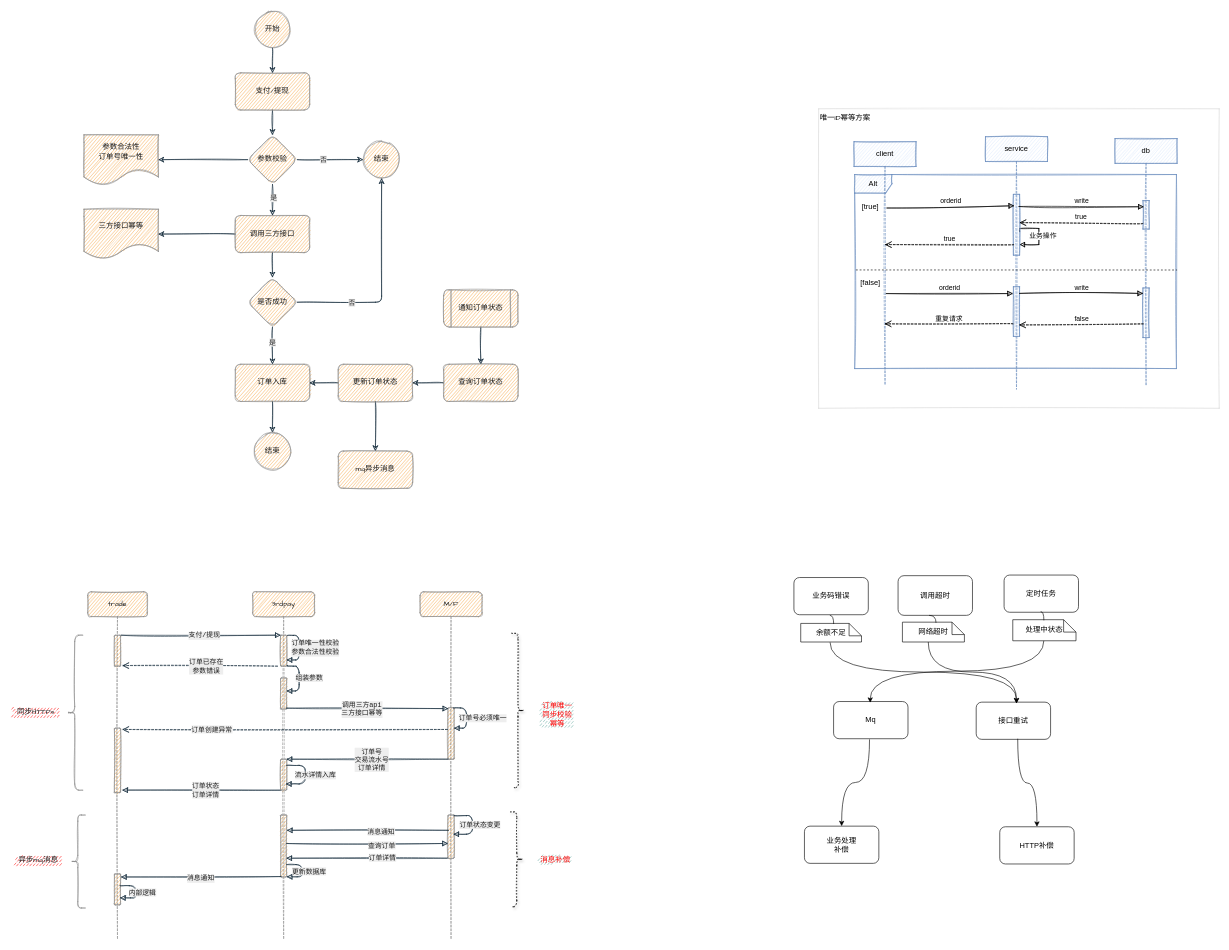
Before: page "支付/提现接口幂等方案" (4 of 4) of 支付流程.drawio in jarcn/pic, a draw.io diagram. Source tidied: cells renumbered, new cells numbered last; positions are measured from the earlier drawing's top-left corner, leaving out a move shared by most shapes. Both pictures are drawn from the tidied source at 62%, with x=0, y=0 at pixel (11, 11).
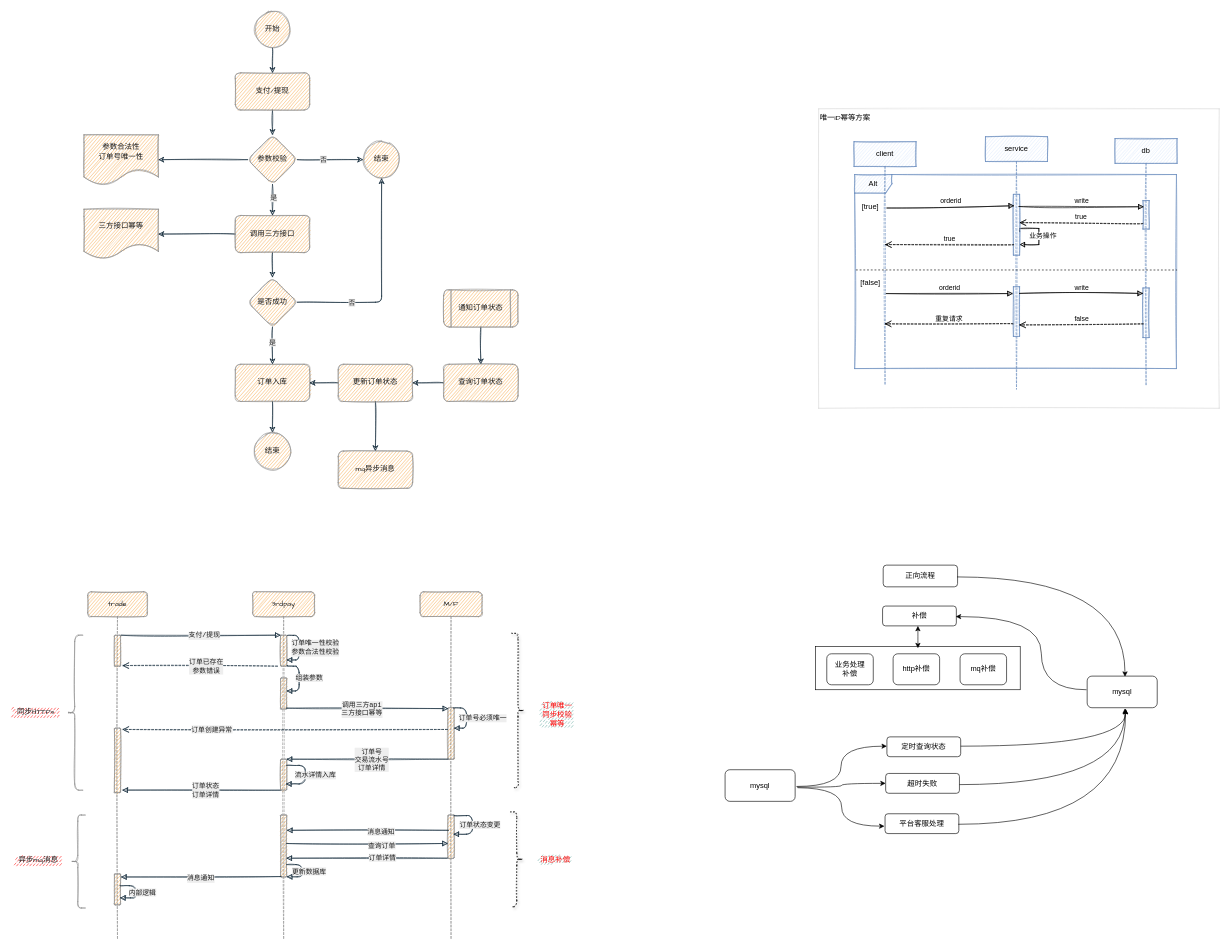
After the change.

Commit message (it also covers changes not shown here):
更新支付流程.drawio

The edit, as a diff of the source:
```diff
@@
+    <mxCell id="126" style="rounded=0;whiteSpace=wrap;html=1;" parent="1" vertex="1">
+      <mxGeometry x="1298" y="1025" width="330" height="70" as="geometry" />
+    </mxCell>
@@
+    <mxCell id="127" value="正向流程" style="rounded=1;whiteSpace=wrap;html=1;" parent="1" vertex="1">
+      <mxGeometry x="1407" y="894" width="120" height="35" as="geometry" />
+    </mxCell>
+    <mxCell id="128" value="mysql" style="rounded=1;whiteSpace=wrap;html=1;" parent="1" vertex="1">
+      <mxGeometry x="1736" y="1073" width="113" height="51" as="geometry" />
+    </mxCell>
+    <mxCell id="129" value="补偿" style="rounded=1;whiteSpace=wrap;html=1;" parent="1" vertex="1">
+      <mxGeometry x="1406" y="960" width="119" height="32" as="geometry" />
+    </mxCell>
-    <mxCell id="108" value="&lt;div&gt;业务处理&lt;/div&gt;&lt;div&gt;补偿&lt;/div&gt;" style="rounded=1;whiteSpace=wrap;html=1;" parent="1" vertex="1">
-      <mxGeometry x="1280" y="1315" width="120" height="60" as="geometry" />
+    <mxCell id="108" value="&lt;div&gt;业务处理&lt;/div&gt;&lt;div&gt;补偿&lt;br&gt;&lt;/div&gt;" style="rounded=1;whiteSpace=wrap;html=1;" parent="1" vertex="1">
+      <mxGeometry x="1316" y="1037" width="75" height="50" as="geometry" />
     </mxCell>
-    <mxCell id="109" value="HTTP补偿" style="rounded=1;whiteSpace=wrap;html=1;" parent="1" vertex="1">
-      <mxGeometry x="1595" y="1316" width="120" height="60" as="geometry" />
-    </mxCell>
-    <mxCell id="110" value="Mq" style="rounded=1;whiteSpace=wrap;html=1;" parent="1" vertex="1">
-      <mxGeometry x="1327" y="1114" width="120" height="60" as="geometry" />
-    </mxCell>
-    <mxCell id="111" value="接口重试" style="rounded=1;whiteSpace=wrap;html=1;" parent="1" vertex="1">
-      <mxGeometry x="1557" y="1115" width="120" height="60" as="geometry" />
-    </mxCell>
-    <mxCell id="112" value="业务码错误" style="rounded=1;whiteSpace=wrap;html=1;" parent="1" vertex="1">
-      <mxGeometry x="1263" y="914" width="120" height="60" as="geometry" />
-    </mxCell>
-    <mxCell id="113" value="调用超时" style="rounded=1;whiteSpace=wrap;html=1;" parent="1" vertex="1">
-      <mxGeometry x="1431" y="911" width="120" height="64" as="geometry" />
-    </mxCell>
-    <mxCell id="114" value="定时任务" style="rounded=1;whiteSpace=wrap;html=1;" parent="1" vertex="1">
-      <mxGeometry x="1602" y="910" width="120" height="60" as="geometry" />
-    </mxCell>
-    <mxCell id="115" style="endArrow=classic;html=1;entryX=0.542;entryY=0.033;entryDx=0;entryDy=0;entryPerimeter=0;edgeStyle=orthogonalEdgeStyle;elbow=vertical;curved=1;exitX=0.417;exitY=1;exitDx=0;exitDy=0;exitPerimeter=0;startArrow=none;" parent="1" edge="1" source="122" target="111">
-      <mxGeometry relative="1" as="geometry" />
-    </mxCell>
-    <mxCell id="116" style="endArrow=classic;html=1;rounded=0;exitX=0.558;exitY=0.983;exitDx=0;exitDy=0;exitPerimeter=0;edgeStyle=orthogonalEdgeStyle;curved=1;" parent="1" edge="1" source="111" target="109">
-      <mxGeometry relative="1" as="geometry" />
-    </mxCell>
-    <mxCell id="117" style="endArrow=classic;html=1;rounded=0;exitX=0.492;exitY=0.983;exitDx=0;exitDy=0;exitPerimeter=0;entryX=0.492;entryY=0.033;entryDx=0;entryDy=0;entryPerimeter=0;edgeStyle=orthogonalEdgeStyle;curved=1;startArrow=none;" parent="1" edge="1" source="124" target="110">
-      <mxGeometry relative="1" as="geometry" />
-    </mxCell>
-    <mxCell id="118" style="endArrow=classic;html=1;rounded=0;exitX=0.483;exitY=1.017;exitDx=0;exitDy=0;exitPerimeter=0;edgeStyle=orthogonalEdgeStyle;curved=1;" parent="1" edge="1" source="110" target="108">
-      <mxGeometry relative="1" as="geometry" />
-    </mxCell>
-    <mxCell id="119" style="endArrow=classic;html=1;rounded=0;exitX=0.483;exitY=1.017;exitDx=0;exitDy=0;exitPerimeter=0;entryX=0.542;entryY=0.033;entryDx=0;entryDy=0;entryPerimeter=0;edgeStyle=orthogonalEdgeStyle;curved=1;startArrow=none;" parent="1" edge="1" source="120" target="111">
-      <mxGeometry relative="1" as="geometry" />
-    </mxCell>
-    <mxCell id="120" value="余额不足" style="shape=note;size=20;whiteSpace=wrap;html=1;rotation=0;" parent="1" vertex="1">
-      <mxGeometry x="1274" y="988" width="98" height="30" as="geometry" />
-    </mxCell>
-    <mxCell id="121" style="endArrow=none;html=1;rounded=0;exitX=0.483;exitY=1.017;exitDx=0;exitDy=0;exitPerimeter=0;entryX=0.542;entryY=0.033;entryDx=0;entryDy=0;entryPerimeter=0;edgeStyle=orthogonalEdgeStyle;curved=1;" parent="1" edge="1" source="112" target="120">
-      <mxGeometry relative="1" as="geometry" />
-    </mxCell>
-    <mxCell id="122" value="网络超时" style="shape=note;size=20;whiteSpace=wrap;html=1;rotation=0;" parent="1" vertex="1">
-      <mxGeometry x="1438" y="986" width="100" height="32" as="geometry" />
-    </mxCell>
-    <mxCell id="123" style="endArrow=none;html=1;entryX=0.542;entryY=0.033;entryDx=0;entryDy=0;entryPerimeter=0;edgeStyle=orthogonalEdgeStyle;elbow=vertical;curved=1;exitX=0.417;exitY=1;exitDx=0;exitDy=0;exitPerimeter=0;" parent="1" edge="1" source="113" target="122">
-      <mxGeometry relative="1" as="geometry" />
-    </mxCell>
-    <mxCell id="124" value="处理中状态" style="shape=note;size=20;whiteSpace=wrap;html=1;rotation=0;" parent="1" vertex="1">
-      <mxGeometry x="1616" y="982" width="102" height="34" as="geometry" />
-    </mxCell>
-    <mxCell id="125" style="endArrow=none;html=1;rounded=0;exitX=0.492;exitY=0.983;exitDx=0;exitDy=0;exitPerimeter=0;entryX=0.492;entryY=0.033;entryDx=0;entryDy=0;entryPerimeter=0;edgeStyle=orthogonalEdgeStyle;curved=1;" parent="1" edge="1" source="114" target="124">
-      <mxGeometry relative="1" as="geometry" />
-    </mxCell>
+    <mxCell id="130" value="http补偿" style="rounded=1;whiteSpace=wrap;html=1;" parent="1" vertex="1">
+      <mxGeometry x="1423" y="1037" width="75" height="50" as="geometry" />
+    </mxCell>
+    <mxCell id="131" value="mq补偿" style="rounded=1;whiteSpace=wrap;html=1;" parent="1" vertex="1">
+      <mxGeometry x="1531" y="1037" width="75" height="50" as="geometry" />
+    </mxCell>
+    <mxCell id="132" value="mysql" style="rounded=1;whiteSpace=wrap;html=1;" parent="1" vertex="1">
+      <mxGeometry x="1152" y="1224" width="113" height="51" as="geometry" />
+    </mxCell>
+    <mxCell id="133" value="定时查询状态" style="rounded=1;whiteSpace=wrap;html=1;" parent="1" vertex="1">
+      <mxGeometry x="1413" y="1171" width="119" height="32" as="geometry" />
+    </mxCell>
+    <mxCell id="134" value="平台客服处理" style="rounded=1;whiteSpace=wrap;html=1;" parent="1" vertex="1">
+      <mxGeometry x="1410" y="1295" width="119" height="32" as="geometry" />
+    </mxCell>
+    <mxCell id="135" value="超时失败" style="rounded=1;whiteSpace=wrap;html=1;" parent="1" vertex="1">
+      <mxGeometry x="1411" y="1230" width="119" height="32" as="geometry" />
+    </mxCell>
+    <mxCell id="136" style="endArrow=classic;html=1;elbow=vertical;exitX=-0.009;exitY=0.431;exitDx=0;exitDy=0;exitPerimeter=0;entryX=0.992;entryY=0.531;entryDx=0;entryDy=0;entryPerimeter=0;edgeStyle=orthogonalEdgeStyle;curved=1;" parent="1" edge="1" source="128" target="129">
+      <mxGeometry relative="1" as="geometry">
+        <Array as="points">
+          <mxPoint x="1662" y="1095" />
+          <mxPoint x="1662" y="977" />
+        </Array>
+      </mxGeometry>
+    </mxCell>
+    <mxCell id="137" style="curved=1;endArrow=classic;html=1;elbow=vertical;exitX=1;exitY=0.563;exitDx=0;exitDy=0;exitPerimeter=0;entryX=0.531;entryY=1;entryDx=0;entryDy=0;entryPerimeter=0;edgeStyle=orthogonalEdgeStyle;" parent="1" edge="1" source="135">
+      <mxGeometry relative="1" as="geometry">
+        <mxPoint x="1797" y="1125" as="targetPoint" />
+      </mxGeometry>
+    </mxCell>
+    <mxCell id="138" style="curved=1;endArrow=classic;html=1;elbow=vertical;exitX=0.992;exitY=0.531;exitDx=0;exitDy=0;exitPerimeter=0;entryX=0.531;entryY=1;entryDx=0;entryDy=0;entryPerimeter=0;edgeStyle=orthogonalEdgeStyle;" parent="1" edge="1" source="134">
+      <mxGeometry relative="1" as="geometry">
+        <mxPoint x="1798" y="1126" as="targetPoint" />
+      </mxGeometry>
+    </mxCell>
+    <mxCell id="139" style="curved=1;endArrow=classic;html=1;elbow=vertical;exitX=1.018;exitY=0.529;exitDx=0;exitDy=0;exitPerimeter=0;entryX=0;entryY=0.469;entryDx=0;entryDy=0;entryPerimeter=0;edgeStyle=orthogonalEdgeStyle;" parent="1" edge="1" source="132" target="133">
+      <mxGeometry relative="1" as="geometry" />
+    </mxCell>
+    <mxCell id="140" style="curved=1;endArrow=classic;html=1;elbow=vertical;exitX=1.018;exitY=0.529;exitDx=0;exitDy=0;exitPerimeter=0;edgeStyle=orthogonalEdgeStyle;" parent="1" edge="1" target="135">
+      <mxGeometry relative="1" as="geometry">
+        <mxPoint x="1268" y="1252" as="sourcePoint" />
+      </mxGeometry>
+    </mxCell>
+    <mxCell id="141" style="curved=1;endArrow=classic;html=1;elbow=vertical;exitX=1.018;exitY=0.529;exitDx=0;exitDy=0;exitPerimeter=0;entryX=-0.008;entryY=0.625;entryDx=0;entryDy=0;entryPerimeter=0;edgeStyle=orthogonalEdgeStyle;" parent="1" edge="1" target="134">
+      <mxGeometry relative="1" as="geometry">
+        <mxPoint x="1269" y="1253" as="sourcePoint" />
+      </mxGeometry>
+    </mxCell>
+    <mxCell id="142" style="curved=1;endArrow=classic;html=1;elbow=vertical;exitX=0.992;exitY=0.543;exitDx=0;exitDy=0;exitPerimeter=0;entryX=0.54;entryY=0.02;entryDx=0;entryDy=0;entryPerimeter=0;edgeStyle=orthogonalEdgeStyle;" parent="1" edge="1" source="127" target="128">
+      <mxGeometry relative="1" as="geometry" />
+    </mxCell>
+    <mxCell id="143" style="endArrow=classic;startArrow=classic;html=1;curved=1;elbow=vertical;entryX=0.479;entryY=1;entryDx=0;entryDy=0;entryPerimeter=0;exitX=0.5;exitY=0.043;exitDx=0;exitDy=0;exitPerimeter=0;" parent="1" edge="1" source="126" target="129">
+      <mxGeometry relative="1" as="geometry" />
+    </mxCell>
+    <mxCell id="144" style="curved=1;endArrow=classic;html=1;elbow=vertical;exitX=1;exitY=0.469;exitDx=0;exitDy=0;exitPerimeter=0;entryX=0.531;entryY=1;entryDx=0;entryDy=0;entryPerimeter=0;edgeStyle=orthogonalEdgeStyle;" parent="1" edge="1" source="133">
+      <mxGeometry relative="1" as="geometry">
+        <mxPoint x="1798" y="1126" as="targetPoint" />
+      </mxGeometry>
+    </mxCell>
```
